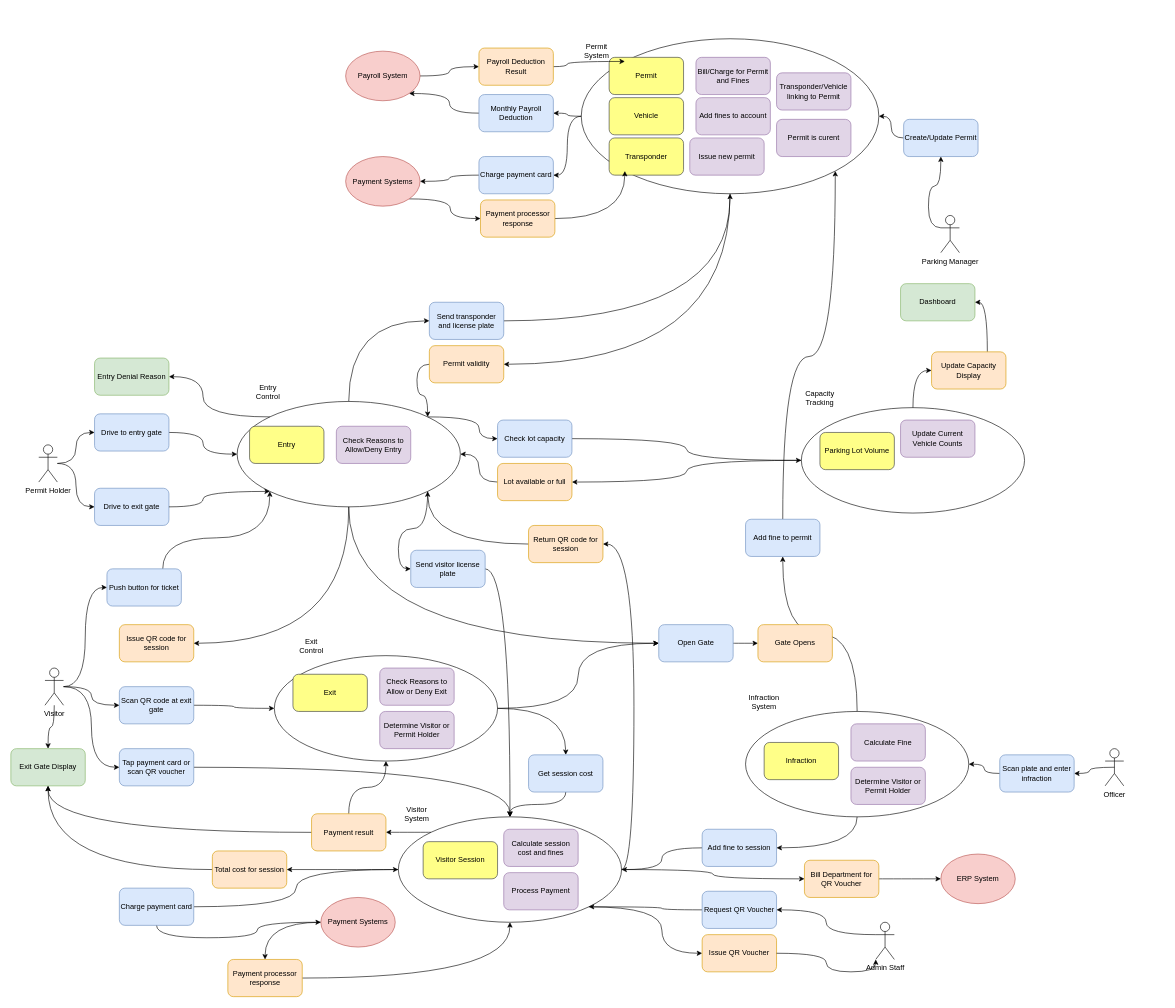
This is mvp.drawio from harwoodr/drawio, a draw.io file, before an edit. Source tidied: cells renumbered, new cells numbered last; positions are measured from the earlier drawing's top-left corner, leaving out a move shared by most shapes. Both pictures are drawn from the tidied source at 62%, with x=0, y=0 at pixel (11, 38).
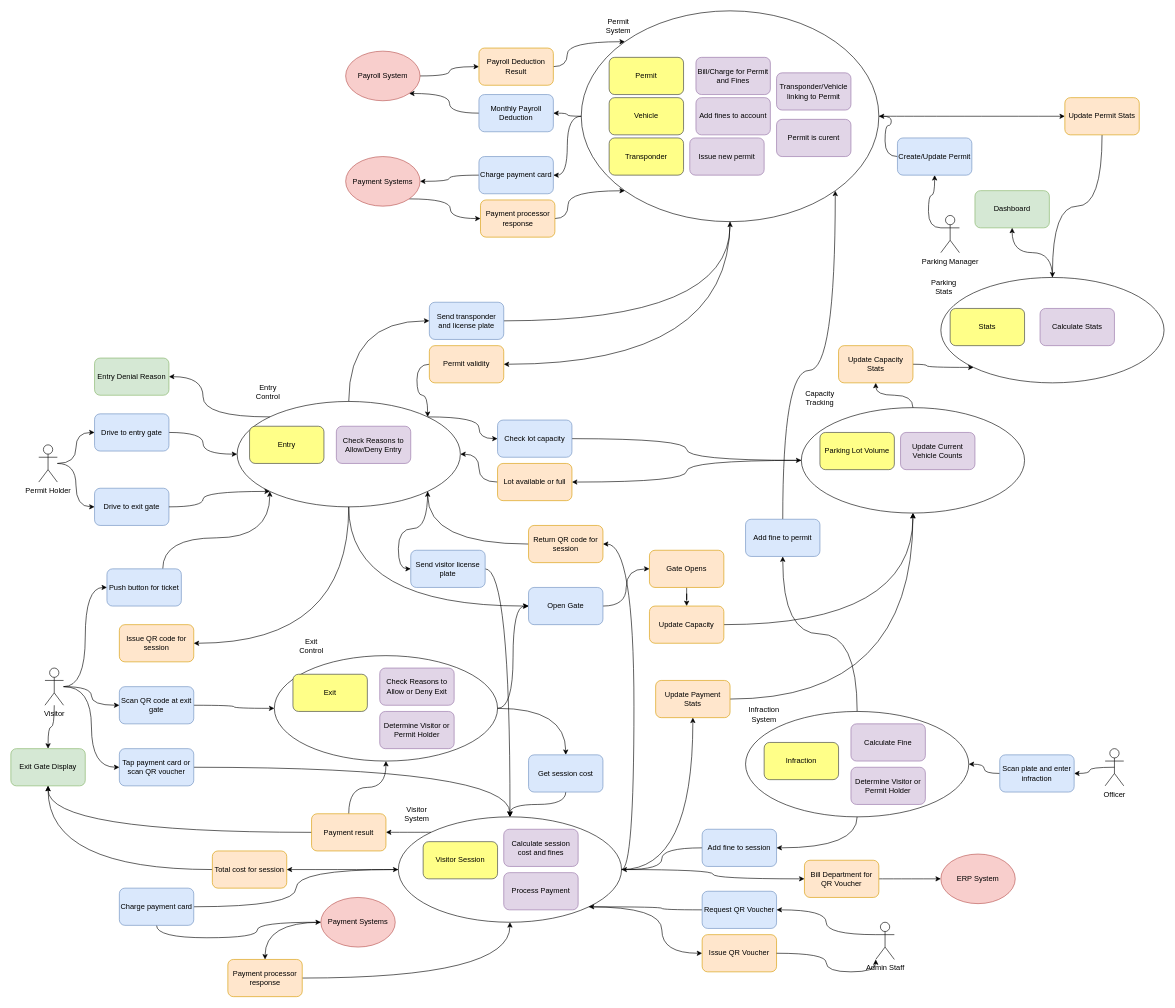
The same page after the edit.

The change refers to these unchanged cells:
```xml
<mxCell id="7" style="ellipse;whiteSpace=wrap;html=1;fillColor=none;rounded=1;" parent="1" vertex="1">
  <mxGeometry x="1275" y="595" width="360" height="170" as="geometry" />
</mxCell>
<mxCell id="18" style="ellipse;whiteSpace=wrap;html=1;fillColor=none;rounded=1;" parent="1" vertex="1">
  <mxGeometry x="625" y="1255" width="360" height="170" as="geometry" />
</mxCell>
```

Diff of the diagram source:
```diff
@@
+    <mxCell id="141" style="edgeStyle=orthogonalEdgeStyle;rounded=0;jettySize=auto;html=1;exitX=1;exitY=0.5;exitDx=0;exitDy=0;entryX=0;entryY=0.5;entryDx=0;entryDy=0;curved=1;" parent="1" edge="1" source="5" target="154">
+      <mxGeometry relative="1" as="geometry" />
+    </mxCell>
     <mxCell id="5" style="ellipse;whiteSpace=wrap;html=1;fillColor=none;rounded=1;" parent="1" vertex="1">
-      <mxGeometry x="920" width="480" height="250" as="geometry" />
+      <mxGeometry x="920" y="-45" width="480" height="340" as="geometry" />
     </mxCell>
@@
+    <mxCell id="68" style="edgeStyle=orthogonalEdgeStyle;rounded=0;jettySize=auto;html=1;exitX=0.5;exitY=0;exitDx=0;exitDy=0;entryX=0.5;entryY=1;entryDx=0;entryDy=0;curved=1;" parent="1" edge="1" source="7" target="76">
+      <mxGeometry relative="1" as="geometry" />
+    </mxCell>
@@
+    <mxCell id="142" style="edgeStyle=orthogonalEdgeStyle;rounded=0;jettySize=auto;html=1;exitX=1;exitY=0.5;exitDx=0;exitDy=0;entryX=0.5;entryY=1;entryDx=0;entryDy=0;curved=1;" parent="1" edge="1" source="18" target="152">
+      <mxGeometry relative="1" as="geometry" />
+    </mxCell>
@@
     <mxCell id="42" value="Open Gate" style="rounded=1;whiteSpace=wrap;html=1;fillColor=#dae8fc;strokeColor=#6c8ebf;" parent="1" vertex="1">
-      <mxGeometry x="1045" y="945" width="120" height="60" as="geometry" />
+      <mxGeometry x="835" y="885" width="120" height="60" as="geometry" />
     </mxCell>
@@
+    <mxCell id="143" style="edgeStyle=orthogonalEdgeStyle;rounded=0;jettySize=auto;html=1;exitX=0.5;exitY=1;exitDx=0;exitDy=0;" parent="1" edge="1" source="45" target="150">
+      <mxGeometry relative="1" as="geometry" />
+    </mxCell>
     <mxCell id="45" value="Gate Opens" style="rounded=1;whiteSpace=wrap;html=1;fillColor=#ffe6cc;strokeColor=#d79b00;" parent="1" vertex="1">
-      <mxGeometry x="1205" y="945" width="120" height="60" as="geometry" />
+      <mxGeometry x="1030" y="825" width="120" height="60" as="geometry" />
     </mxCell>
@@
-    <mxCell id="68" style="edgeStyle=orthogonalEdgeStyle;rounded=1;jettySize=auto;html=1;exitX=0.5;exitY=0;exitDx=0;exitDy=0;entryX=0;entryY=0.5;entryDx=0;entryDy=0;curved=1;" parent="1" edge="1" source="7" target="76">
-      <mxGeometry relative="1" as="geometry" />
-    </mxCell>
@@
     <mxCell id="71" value="Update Current Vehicle Counts" style="rounded=1;whiteSpace=wrap;html=1;fillColor=#e1d5e7;strokeColor=#9673a6;" parent="1" vertex="1">
-      <mxGeometry x="1435" y="615" width="120" height="60" as="geometry" />
+      <mxGeometry x="1435" y="635" width="120" height="60" as="geometry" />
     </mxCell>
@@
     <mxCell id="74" value="Dashboard" style="rounded=1;whiteSpace=wrap;html=1;fillColor=#d5e8d4;strokeColor=#82b366;" parent="1" vertex="1">
-      <mxGeometry x="1435" y="395" width="120" height="60" as="geometry" />
+      <mxGeometry x="1555" y="245" width="120" height="60" as="geometry" />
     </mxCell>
-    <mxCell id="75" style="edgeStyle=orthogonalEdgeStyle;rounded=1;jettySize=auto;html=1;exitX=0.75;exitY=0;exitDx=0;exitDy=0;entryX=1;entryY=0.5;entryDx=0;entryDy=0;curved=1;" parent="1" edge="1" source="76" target="74">
-      <mxGeometry relative="1" as="geometry" />
-    </mxCell>
+    <mxCell id="144" style="edgeStyle=orthogonalEdgeStyle;rounded=0;jettySize=auto;html=1;exitX=1;exitY=0.5;exitDx=0;exitDy=0;entryX=0;entryY=1;entryDx=0;entryDy=0;curved=1;" parent="1" edge="1" source="76" target="146">
+      <mxGeometry relative="1" as="geometry" />
+    </mxCell>
-    <mxCell id="76" value="Update Capacity Display" style="rounded=1;whiteSpace=wrap;html=1;fillColor=#ffe6cc;strokeColor=#d79b00;" parent="1" vertex="1">
-      <mxGeometry x="1485" y="505" width="120" height="60" as="geometry" />
+    <mxCell id="76" value="Update Capacity Stats" style="rounded=1;whiteSpace=wrap;html=1;fillColor=#ffe6cc;strokeColor=#d79b00;" parent="1" vertex="1">
+      <mxGeometry x="1335" y="495" width="120" height="60" as="geometry" />
     </mxCell>
@@
     <mxCell id="103" value="Infraction System" style="text;html=1;align=center;verticalAlign=middle;whiteSpace=wrap;rounded=0;" parent="1" vertex="1">
-      <mxGeometry x="1185" y="1055" width="60" height="30" as="geometry" />
+      <mxGeometry x="1185" y="1075" width="60" height="30" as="geometry" />
     </mxCell>
@@
     <mxCell id="113" value="Permit System" style="text;html=1;align=center;verticalAlign=middle;whiteSpace=wrap;rounded=0;" parent="1" vertex="1">
-      <mxGeometry x="915" y="5" width="60" height="30" as="geometry" />
+      <mxGeometry x="950" y="-35" width="60" height="30" as="geometry" />
     </mxCell>
@@
     <mxCell id="132" value="Create/Update Permit" style="rounded=1;whiteSpace=wrap;html=1;fillColor=#dae8fc;strokeColor=#6c8ebf;" parent="1" vertex="1">
-      <mxGeometry x="1440" y="130" width="120" height="60" as="geometry" />
+      <mxGeometry x="1430" y="160" width="120" height="60" as="geometry" />
     </mxCell>
@@
+    <mxCell id="145" style="edgeStyle=orthogonalEdgeStyle;rounded=0;jettySize=auto;html=1;exitX=0.5;exitY=0;exitDx=0;exitDy=0;entryX=0.5;entryY=1;entryDx=0;entryDy=0;curved=1;" parent="1" edge="1" source="146" target="74">
+      <mxGeometry relative="1" as="geometry" />
+    </mxCell>
+    <mxCell id="146" style="ellipse;whiteSpace=wrap;html=1;fillColor=none;rounded=1;" parent="1" vertex="1">
+      <mxGeometry x="1500" y="385" width="360" height="170" as="geometry" />
+    </mxCell>
+    <mxCell id="147" value="Parking Stats" style="text;html=1;align=center;verticalAlign=middle;whiteSpace=wrap;rounded=0;" parent="1" vertex="1">
+      <mxGeometry x="1475" y="385" width="60" height="30" as="geometry" />
+    </mxCell>
+    <mxCell id="148" value="Stats" style="rounded=1;whiteSpace=wrap;html=1;fillColor=#ffff88;strokeColor=#36393d;" parent="1" vertex="1">
+      <mxGeometry x="1515" y="435" width="120" height="60" as="geometry" />
+    </mxCell>
+    <mxCell id="149" style="edgeStyle=orthogonalEdgeStyle;rounded=0;jettySize=auto;html=1;exitX=1;exitY=0.5;exitDx=0;exitDy=0;entryX=0.5;entryY=1;entryDx=0;entryDy=0;curved=1;" parent="1" edge="1" source="150" target="7">
+      <mxGeometry relative="1" as="geometry" />
+    </mxCell>
+    <mxCell id="150" value="Update Capacity" style="rounded=1;whiteSpace=wrap;html=1;fillColor=#ffe6cc;strokeColor=#d79b00;" parent="1" vertex="1">
+      <mxGeometry x="1030" y="915" width="120" height="60" as="geometry" />
+    </mxCell>
+    <mxCell id="151" style="edgeStyle=orthogonalEdgeStyle;rounded=0;jettySize=auto;html=1;exitX=1;exitY=0.5;exitDx=0;exitDy=0;entryX=0.5;entryY=1;entryDx=0;entryDy=0;curved=1;" parent="1" edge="1" source="152" target="7">
+      <mxGeometry relative="1" as="geometry" />
+    </mxCell>
+    <mxCell id="152" value="Update Payment Stats" style="rounded=1;whiteSpace=wrap;html=1;fillColor=#ffe6cc;strokeColor=#d79b00;" parent="1" vertex="1">
+      <mxGeometry x="1040" y="1035" width="120" height="60" as="geometry" />
+    </mxCell>
+    <mxCell id="153" style="edgeStyle=orthogonalEdgeStyle;rounded=0;jettySize=auto;html=1;exitX=0.5;exitY=1;exitDx=0;exitDy=0;entryX=0.5;entryY=0;entryDx=0;entryDy=0;curved=1;" parent="1" edge="1" source="154" target="146">
+      <mxGeometry relative="1" as="geometry" />
+    </mxCell>
+    <mxCell id="154" value="Update Permit Stats" style="rounded=1;whiteSpace=wrap;html=1;fillColor=#ffe6cc;strokeColor=#d79b00;" parent="1" vertex="1">
+      <mxGeometry x="1700" y="95" width="120" height="60" as="geometry" />
+    </mxCell>
+    <mxCell id="155" value="Calculate Stats" style="rounded=1;whiteSpace=wrap;html=1;fillColor=#e1d5e7;strokeColor=#9673a6;" parent="1" vertex="1">
+      <mxGeometry x="1660" y="435" width="120" height="60" as="geometry" />
+    </mxCell>
```
